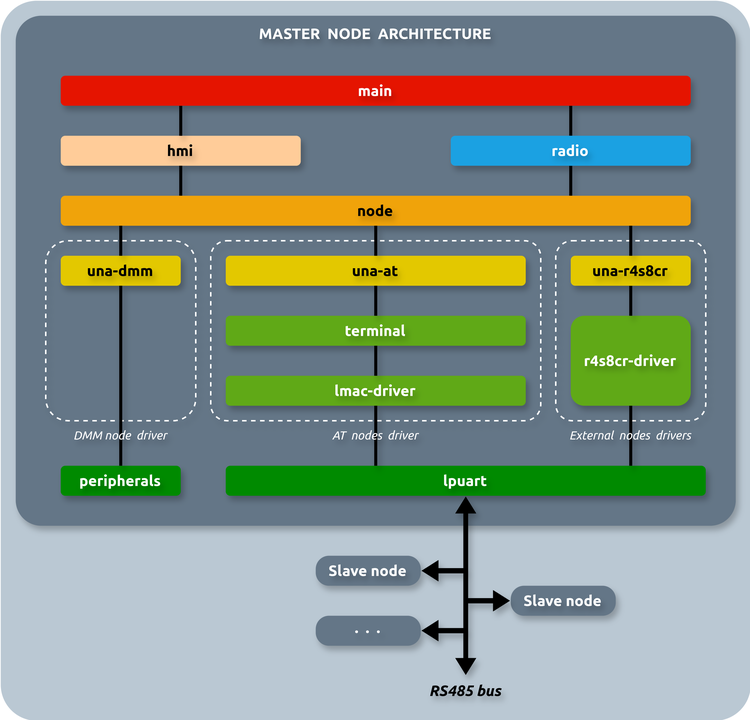
Before: images/dmm-sw-architecture.drawio.png, a diagram exported from draw.io (Ludovic-Lesur/dinfox-doc). Source tidied: cells renumbered, new cells last; positions are measured from the earlier drawing's top-left corner, leaving out a move shared by most shapes.
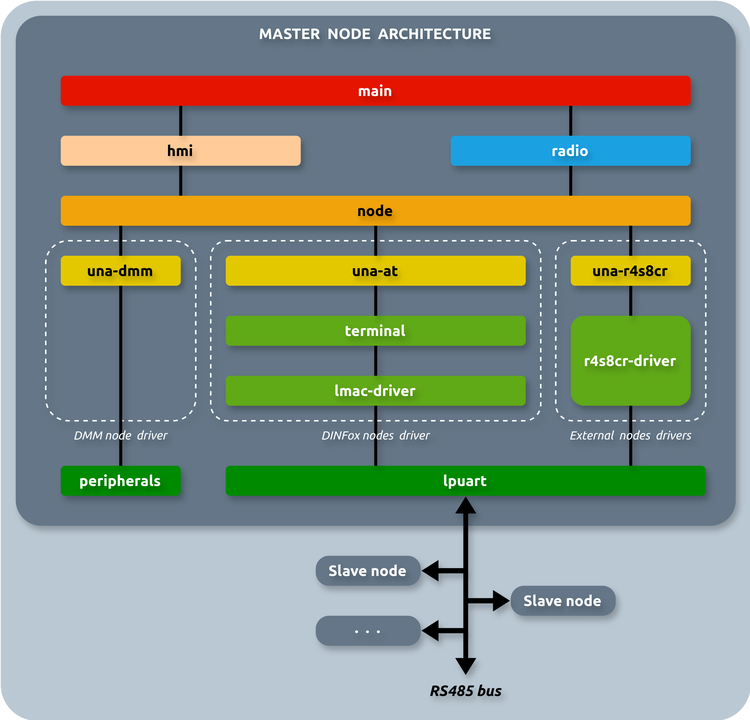
After the change.

Commit message:
Improve DMM software architecture diagram.

The edit, as a diff of the source:
```diff
@@ -147,7 +147,7 @@
         <mxPoint x="250" y="310" as="sourcePoint" />
       </mxGeometry>
     </mxCell>
-    <mxCell id="42" value="AT&amp;nbsp; nodes&amp;nbsp; driver" style="text;html=1;strokeColor=none;fillColor=none;align=center;verticalAlign=middle;whiteSpace=wrap;rounded=0;fontFamily=ubuntu;fontSize=8;fontStyle=2;rotation=0;fontColor=#FFFFFF;shadow=1;textShadow=1;" parent="1" vertex="1">
+    <mxCell id="42" value="DINFox nodes&amp;nbsp; driver" style="text;html=1;strokeColor=none;fillColor=none;align=center;verticalAlign=middle;whiteSpace=wrap;rounded=0;fontFamily=ubuntu;fontSize=8;fontStyle=2;rotation=0;fontColor=#FFFFFF;shadow=1;textShadow=1;" parent="1" vertex="1">
       <mxGeometry x="140" y="280" width="220" height="20" as="geometry" />
     </mxCell>
     <mxCell id="43" style="endArrow=none;html=1;rounded=0;entryX=0.5;entryY=1;entryDx=0;entryDy=0;exitX=0.5;exitY=0;exitDx=0;exitDy=0;strokeWidth=2;shadow=1;textShadow=1;" parent="1" edge="1" source="16" target="15">
```
